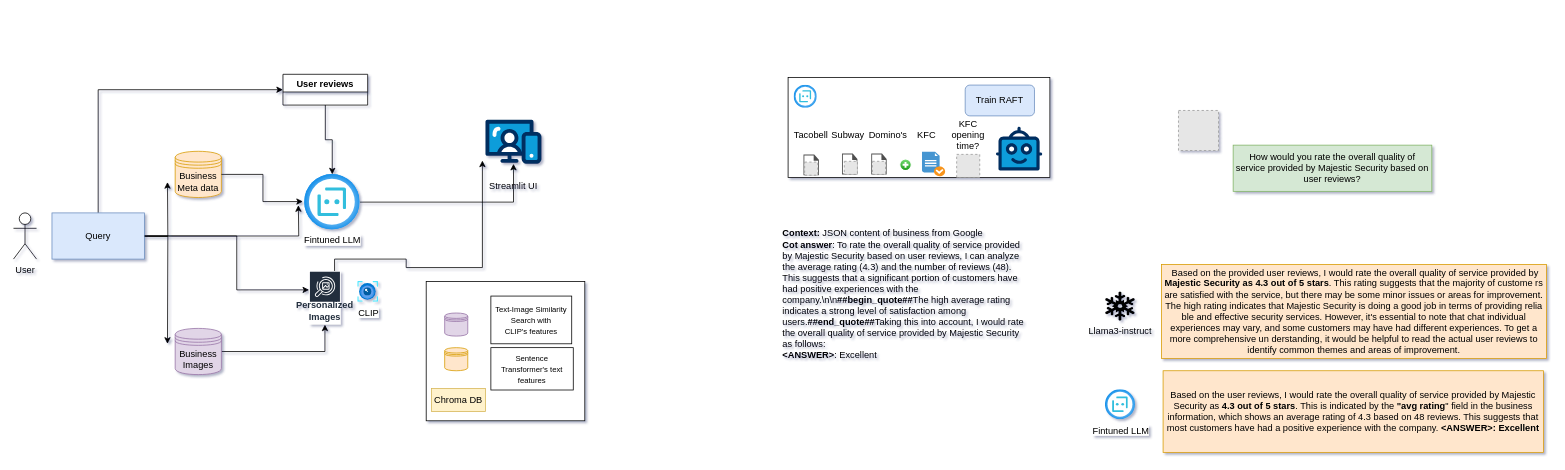
Before: r-bot.drawio in saidineshpola/BasicSR, a draw.io diagram. Source tidied: cells renumbered, new cells numbered last; positions are measured from the earlier drawing's top-left corner, leaving out a move shared by most shapes. Both pictures are drawn from the tidied source at 77%, with x=0, y=0 at pixel (13, 74). Pictures stored in the file or linked from it are replaced by grey dashed boxes.
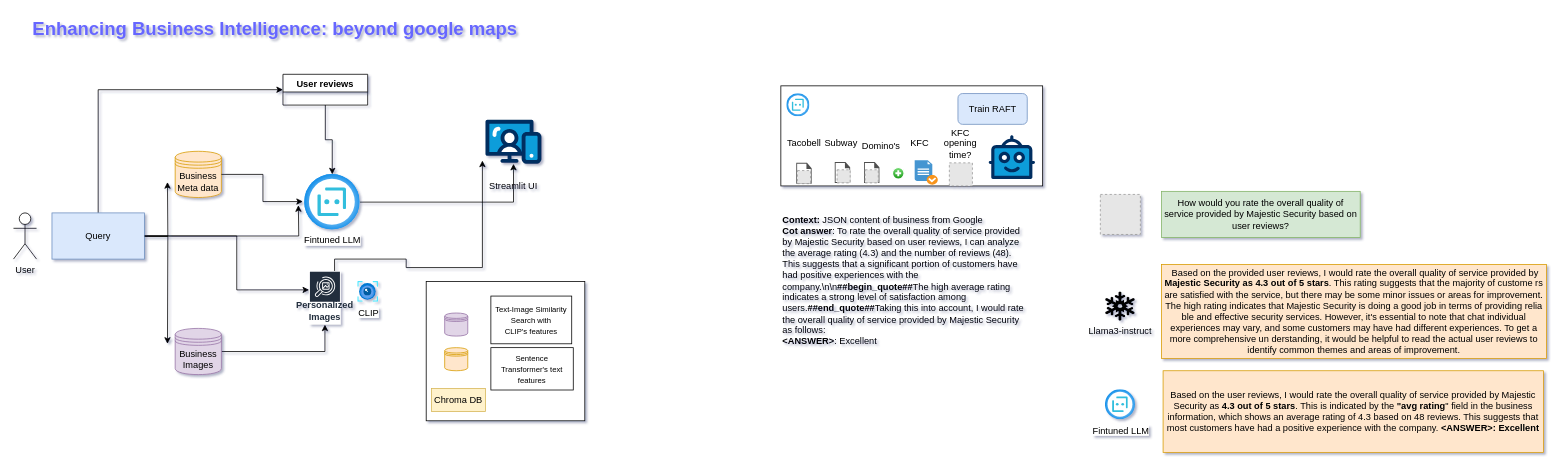
The same page after the edit.

The edit, as a diff of the source:
```diff
@@
     <mxCell id="26" style="rounded=0;whiteSpace=wrap;html=1;" parent="1" vertex="1">
-      <mxGeometry x="1006" y="4" width="340" height="130" as="geometry" />
+      <mxGeometry x="996.6" y="15" width="340" height="130" as="geometry" />
     </mxCell>
     <mxCell id="27" style="image;html=1;align=center;fontSize=12;image=img/lib/azure2/ai_machine_learning/Bot_Services.svg;" parent="1" vertex="1">
-      <mxGeometry x="1013.7" y="14" width="30" height="30" as="geometry" />
+      <mxGeometry x="1004.2" y="25" width="30" height="30" as="geometry" />
     </mxCell>
     <mxCell id="28" style="sketch=0;shadow=0;dashed=0;html=1;strokeColor=none;fillColor=#505050;labelPosition=center;verticalLabelPosition=bottom;verticalAlign=top;align=center;shape=mxgraph.office.concepts.document_blank;" parent="1" vertex="1">
-      <mxGeometry x="1026" y="104" width="20" height="27" as="geometry" />
+      <mxGeometry x="1016.6" y="115" width="20" height="27" as="geometry" />
     </mxCell>
     <mxCell id="29" style="sketch=0;shadow=0;dashed=0;html=1;strokeColor=none;fillColor=#505050;labelPosition=center;verticalLabelPosition=bottom;verticalAlign=top;align=center;shape=mxgraph.office.concepts.document_blank;" parent="1" vertex="1">
-      <mxGeometry x="1076" y="103" width="20" height="27" as="geometry" />
+      <mxGeometry x="1066.6" y="114" width="20" height="27" as="geometry" />
     </mxCell>
     <mxCell id="30" style="shadow=0;dashed=0;html=1;strokeColor=none;fillColor=#4495D1;labelPosition=center;verticalLabelPosition=bottom;verticalAlign=top;align=center;shape=mxgraph.veeam.checked_doc;" parent="1" vertex="1">
-      <mxGeometry x="1179.9" y="100.7" width="30" height="31.6" as="geometry" />
+      <mxGeometry x="1170.4" y="111.7" width="30" height="31.6" as="geometry" />
     </mxCell>
     <mxCell id="31" style="fillColor=#E6E6E6;strokeColor=#999999;dashed=1;html=1;verticalLabelPosition=bottom;labelBackgroundColor=#ffffff;verticalAlign=top;" parent="1" vertex="1">
-      <mxGeometry x="1224.9" y="104" width="30" height="30" as="geometry" />
+      <mxGeometry x="1215.4" y="115" width="30" height="30" as="geometry" />
     </mxCell>
     <mxCell id="32" value="Tacobell" style="text;html=1;align=center;verticalAlign=middle;whiteSpace=wrap;rounded=0;" parent="1" vertex="1">
-      <mxGeometry x="1006" y="64" width="60" height="30" as="geometry" />
+      <mxGeometry x="996.6" y="75" width="60" height="30" as="geometry" />
     </mxCell>
     <mxCell id="33" value="KFC" style="text;html=1;align=center;verticalAlign=middle;whiteSpace=wrap;rounded=0;" parent="1" vertex="1">
-      <mxGeometry x="1156" y="64" width="60" height="30" as="geometry" />
+      <mxGeometry x="1146.6" y="75" width="60" height="30" as="geometry" />
     </mxCell>
     <mxCell id="34" value="Subway" style="text;html=1;align=center;verticalAlign=middle;whiteSpace=wrap;rounded=0;" parent="1" vertex="1">
-      <mxGeometry x="1054" y="64" width="60" height="30" as="geometry" />
+      <mxGeometry x="1044.6" y="75" width="60" height="30" as="geometry" />
     </mxCell>
     <mxCell id="35" value="Domino's" style="text;html=1;align=center;verticalAlign=middle;whiteSpace=wrap;rounded=0;" parent="1" vertex="1">
-      <mxGeometry x="1106" y="64" width="60" height="30" as="geometry" />
+      <mxGeometry x="1096.6" y="81" width="60" height="24" as="geometry" />
     </mxCell>
     <mxCell id="36" value="KFC opening time?" style="text;html=1;align=center;verticalAlign=middle;whiteSpace=wrap;rounded=0;" parent="1" vertex="1">
-      <mxGeometry x="1209.9" y="64" width="60" height="30" as="geometry" />
+      <mxGeometry x="1200.4" y="75" width="60" height="30" as="geometry" />
     </mxCell>
     <mxCell id="37" style="verticalLabelPosition=bottom;html=1;shape=mxgraph.salesforce.bots;" parent="1" vertex="1">
-      <mxGeometry x="1276" y="68" width="60" height="57" as="geometry" />
+      <mxGeometry x="1266.6" y="79" width="60" height="57" as="geometry" />
     </mxCell>
     <mxCell id="38" style="sketch=0;shadow=0;dashed=0;html=1;strokeColor=none;fillColor=#505050;labelPosition=center;verticalLabelPosition=bottom;verticalAlign=top;align=center;shape=mxgraph.office.concepts.document_blank;" parent="1" vertex="1">
-      <mxGeometry x="1114" y="103" width="20" height="27" as="geometry" />
+      <mxGeometry x="1104.6" y="114" width="20" height="27" as="geometry" />
     </mxCell>
     <mxCell id="39" style="fillColor=#E6E6E6;strokeColor=#999999;dashed=1;html=1;verticalAlign=top;verticalLabelPosition=bottom;labelBackgroundColor=#ffffff;" parent="1" vertex="1">
-      <mxGeometry x="1079" y="113" width="17" height="17" as="geometry" />
+      <mxGeometry x="1069.6" y="124" width="17" height="17" as="geometry" />
     </mxCell>
     <mxCell id="40" style="fillColor=#E6E6E6;strokeColor=#999999;dashed=1;html=1;verticalAlign=top;verticalLabelPosition=bottom;labelBackgroundColor=#ffffff;" parent="1" vertex="1">
-      <mxGeometry x="1115.5" y="113" width="17" height="17" as="geometry" />
+      <mxGeometry x="1106.1" y="124" width="17" height="17" as="geometry" />
     </mxCell>
     <mxCell id="41" style="fillColor=#E6E6E6;strokeColor=#999999;dashed=1;html=1;verticalAlign=top;verticalLabelPosition=bottom;labelBackgroundColor=#ffffff;" parent="1" vertex="1">
-      <mxGeometry x="1027.5" y="114" width="17" height="17" as="geometry" />
+      <mxGeometry x="1018.1" y="125" width="17" height="17" as="geometry" />
     </mxCell>
     <mxCell id="42" style="verticalLabelPosition=bottom;verticalAlign=top;html=1;shadow=0;dashed=0;strokeWidth=1;shape=mxgraph.ios.iAddIcon;fillColor=#7AdF78;fillColor2=#1A9917;strokeColor=#ffffff;sketch=0;" parent="1" vertex="1">
-      <mxGeometry x="1151" y="110" width="15" height="15" as="geometry" />
+      <mxGeometry x="1141.6" y="121" width="15" height="15" as="geometry" />
     </mxCell>
     <mxCell id="43" value="Train RAFT" style="rounded=1;whiteSpace=wrap;html=1;fillColor=#dae8fc;strokeColor=#6c8ebf;" parent="1" vertex="1">
-      <mxGeometry x="1236" y="14" width="90" height="40" as="geometry" />
+      <mxGeometry x="1226.6" y="25" width="90" height="40" as="geometry" />
     </mxCell>
@@
     <mxCell id="46" value="How would you rate the overall quality of service provided by Majestic Security based on user reviews?" style="text;html=1;align=center;verticalAlign=middle;whiteSpace=wrap;rounded=0;fillColor=#d5e8d4;strokeColor=#82b366;gradientColor=none;" parent="1" vertex="1">
-      <mxGeometry x="1584" y="92" width="258" height="60" as="geometry" />
+      <mxGeometry x="1491" y="152" width="258" height="60" as="geometry" />
     </mxCell>
     <mxCell id="47" style="fillColor=#E6E6E6;strokeColor=#999999;dashed=1;html=1;verticalAlign=top;verticalLabelPosition=bottom;labelBackgroundColor=#ffffff;" parent="1" vertex="1">
-      <mxGeometry x="1513" y="47" width="52" height="52" as="geometry" />
+      <mxGeometry x="1411.5" y="156" width="52" height="52" as="geometry" />
     </mxCell>
@@
     <mxCell id="52" value="&lt;b&gt;Context: &lt;/b&gt;JSON content of business from Google&lt;div&gt;&lt;b&gt;Cot answer&lt;/b&gt;: To rate the overall quality of service provided by Majestic Security based on user reviews, I can analyze the average rating (4.3) and the number of reviews (48). This suggests that a significant portion of customers have had positive experiences with the company.\n\n&lt;b&gt;##begin_quote##&lt;/b&gt;The high average rating indicates a strong level of satisfaction among users.&lt;b&gt;##end_quote##&lt;/b&gt;Taking this into account, I would rate the overall quality of service provided by Majestic Security as follows:&lt;div&gt;&lt;b&gt;&amp;lt;ANSWER&amp;gt;&lt;/b&gt;: Excellent&lt;/div&gt;&lt;/div&gt;" style="text;html=1;align=left;verticalAlign=middle;whiteSpace=wrap;rounded=0;" parent="1" vertex="1">
-      <mxGeometry x="996.6" y="156" width="323.4" height="259.1" as="geometry" />
+      <mxGeometry x="996.6" y="156" width="323.4" height="224" as="geometry" />
     </mxCell>
+    <mxCell id="53" value="&lt;h1 style=&quot;margin-top: 0px;&quot;&gt;&lt;font color=&quot;#6666ff&quot;&gt;Enhancing Business Intelligence: beyond google maps&lt;/font&gt;&lt;/h1&gt;" style="text;html=1;whiteSpace=wrap;overflow=hidden;rounded=0;" parent="1" vertex="1">
+      <mxGeometry x="23" y="-79" width="646" height="50" as="geometry" />
+    </mxCell>
```
